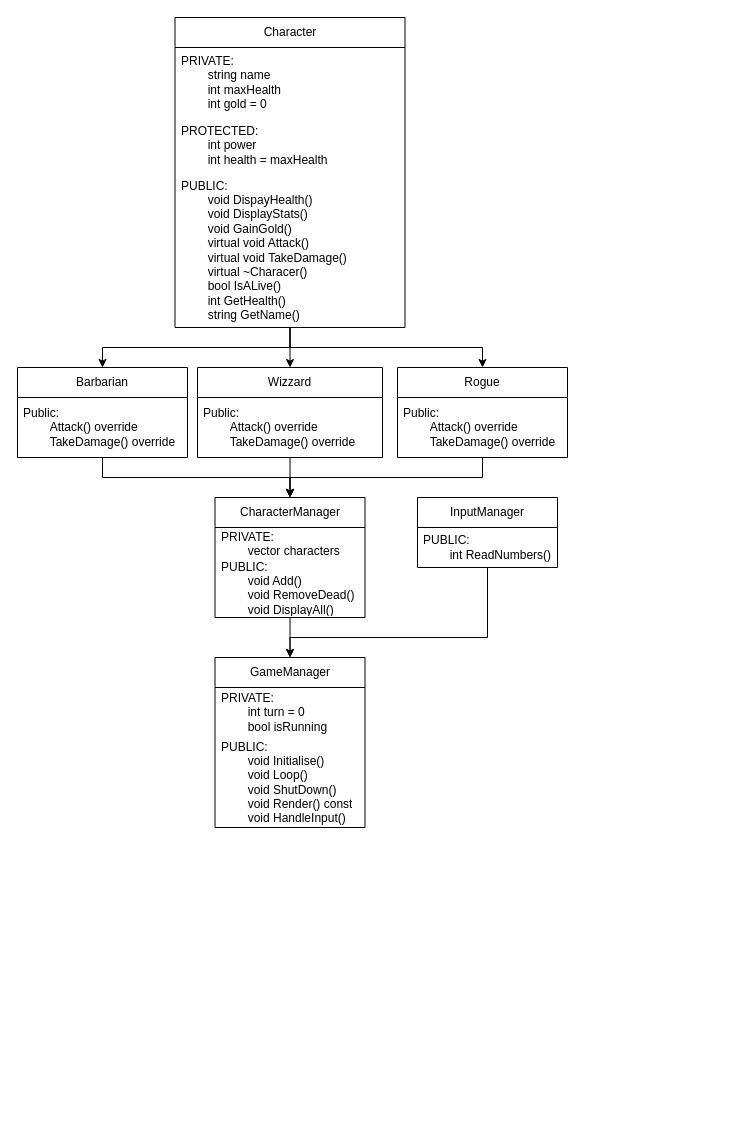
This is RPG Console.drawio from Edouard-Laffont/RPG-Console, a draw.io file, before an edit. Source tidied: cells renumbered, new cells numbered last; positions are measured from the earlier drawing's top-left corner, leaving out a move shared by most shapes. Both pictures are drawn from the tidied source at 100%, with x=0, y=0 at pixel (17, 17).
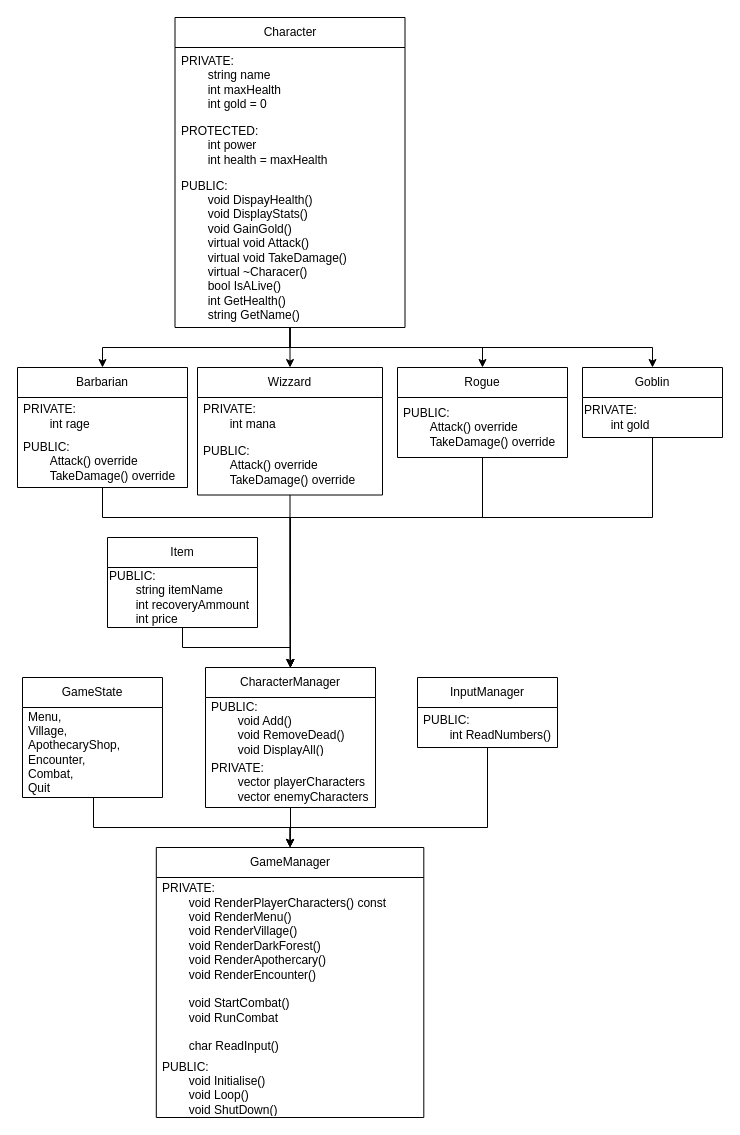
Above is the later version.

Commit message:
Mettre à jour RPG Console.drawio

The change refers to these unchanged cells:
```xml
<mxCell id="5" value="Character" style="swimlane;fontStyle=0;horizontal=1;startSize=30;whiteSpace=wrap;html=1;" parent="1" vertex="1">
  <mxGeometry x="157.5" width="230" height="310" as="geometry" />
</mxCell>
<mxCell id="16" value="Rogue" style="swimlane;fontStyle=0;horizontal=1;startSize=30;whiteSpace=wrap;html=1;" parent="1" vertex="1">
  <mxGeometry x="380" y="350" width="170" height="90" as="geometry" />
</mxCell>
```

Change to the diagram source:
```diff
@@
+    <mxCell id="28" style="edgeStyle=orthogonalEdgeStyle;rounded=0;jettySize=auto;html=1;exitX=0.5;exitY=1;exitDx=0;exitDy=0;defaultLabelBackgroundColor=page;" parent="1" edge="1" source="5" target="35">
+      <mxGeometry relative="1" as="geometry" />
+    </mxCell>
@@
-    <mxCell id="9" style="edgeStyle=orthogonalEdgeStyle;rounded=0;jettySize=auto;html=1;exitX=0.5;exitY=1;exitDx=0;exitDy=0;entryX=0.5;entryY=0;entryDx=0;entryDy=0;defaultLabelBackgroundColor=page;" parent="1" edge="1" source="10" target="19">
-      <mxGeometry relative="1" as="geometry" />
+    <mxCell id="9" style="edgeStyle=orthogonalEdgeStyle;rounded=0;jettySize=auto;html=1;entryX=0.5;entryY=0;entryDx=0;entryDy=0;defaultLabelBackgroundColor=page;" parent="1" edge="1" source="10" target="19">
+      <mxGeometry relative="1" as="geometry">
+        <Array as="points">
+          <mxPoint x="85" y="500" />
+          <mxPoint x="273" y="500" />
+        </Array>
+      </mxGeometry>
     </mxCell>
     <mxCell id="10" value="Barbarian" style="swimlane;fontStyle=0;horizontal=1;startSize=30;whiteSpace=wrap;html=1;" parent="1" vertex="1">
-      <mxGeometry y="350" width="170" height="90" as="geometry" />
+      <mxGeometry y="350" width="170" height="120" as="geometry" />
     </mxCell>
-    <mxCell id="11" value="Public:&lt;div&gt;&lt;span style=&quot;white-space: pre;&quot;&gt;&#9;&lt;/span&gt;&lt;span style=&quot;background-color: transparent; color: light-dark(#000000, var(--ge-light-color, #ffffff));&quot;&gt;Attack() override&lt;/span&gt;&lt;br&gt;&lt;/div&gt;&lt;div&gt;&lt;span style=&quot;background-color: transparent; color: light-dark(#000000, var(--ge-light-color, #ffffff));&quot;&gt;&lt;span style=&quot;white-space: pre;&quot;&gt;&#9;&lt;/span&gt;TakeDamage() override&lt;/span&gt;&lt;/div&gt;&lt;div&gt;&lt;/div&gt;" style="text;strokeColor=none;fillColor=none;align=left;verticalAlign=middle;spacingLeft=4;spacingRight=4;overflow=hidden;whiteSpace=wrap;html=1;" parent="10" vertex="1">
-      <mxGeometry y="30" width="170" height="60" as="geometry" />
+    <mxCell id="11" value="PRIVATE:&lt;div&gt;&lt;span style=&quot;white-space: pre;&quot;&gt;&#9;&lt;/span&gt;int rage&lt;/div&gt;&lt;div&gt;&lt;/div&gt;" style="text;strokeColor=none;fillColor=none;align=left;verticalAlign=middle;spacingLeft=4;spacingRight=4;overflow=hidden;whiteSpace=wrap;html=1;" parent="10" vertex="1">
+      <mxGeometry y="30" width="170" height="37.5" as="geometry" />
     </mxCell>
+    <mxCell id="29" value="PUBLIC:&lt;div&gt;&lt;span style=&quot;white-space: pre;&quot;&gt;&#9;&lt;/span&gt;&lt;span style=&quot;background-color: transparent; color: light-dark(#000000, var(--ge-light-color, #ffffff));&quot;&gt;Attack() override&lt;/span&gt;&lt;br&gt;&lt;/div&gt;&lt;div&gt;&lt;span style=&quot;background-color: transparent; color: light-dark(#000000, var(--ge-light-color, #ffffff));&quot;&gt;&lt;span style=&quot;white-space: pre;&quot;&gt;&#9;&lt;/span&gt;TakeDamage() override&lt;/span&gt;&lt;/div&gt;&lt;div&gt;&lt;/div&gt;" style="text;strokeColor=none;fillColor=none;align=left;verticalAlign=middle;spacingLeft=4;spacingRight=4;overflow=hidden;whiteSpace=wrap;html=1;" parent="10" vertex="1">
+      <mxGeometry y="67.5" width="170" height="52.5" as="geometry" />
+    </mxCell>
@@
     <mxCell id="13" value="Wizzard" style="swimlane;fontStyle=0;horizontal=1;startSize=30;whiteSpace=wrap;html=1;" parent="1" vertex="1">
-      <mxGeometry x="180" y="350" width="185" height="90" as="geometry" />
+      <mxGeometry x="180" y="350" width="185" height="127.5" as="geometry" />
     </mxCell>
+    <mxCell id="30" value="PRIVATE:&lt;div&gt;&lt;span style=&quot;white-space: pre;&quot;&gt;&#9;&lt;/span&gt;int mana&lt;/div&gt;&lt;div&gt;&lt;/div&gt;" style="text;strokeColor=none;fillColor=none;align=left;verticalAlign=middle;spacingLeft=4;spacingRight=4;overflow=hidden;whiteSpace=wrap;html=1;" parent="13" vertex="1">
+      <mxGeometry y="30" width="185" height="37.5" as="geometry" />
+    </mxCell>
-    <mxCell id="14" value="Public:&lt;div&gt;&lt;span style=&quot;white-space: pre;&quot;&gt;&#9;&lt;/span&gt;&lt;span style=&quot;background-color: transparent; color: light-dark(#000000, var(--ge-light-color, #ffffff));&quot;&gt;Attack() override&lt;/span&gt;&lt;br&gt;&lt;/div&gt;&lt;div&gt;&lt;span style=&quot;background-color: transparent; color: light-dark(#000000, var(--ge-light-color, #ffffff));&quot;&gt;&lt;span style=&quot;white-space: pre;&quot;&gt;&#9;&lt;/span&gt;TakeDamage() override&lt;/span&gt;&lt;/div&gt;&lt;div&gt;&lt;/div&gt;" style="text;strokeColor=none;fillColor=none;align=left;verticalAlign=middle;spacingLeft=4;spacingRight=4;overflow=hidden;whiteSpace=wrap;html=1;" parent="13" vertex="1">
-      <mxGeometry y="30" width="185" height="60" as="geometry" />
+    <mxCell id="14" value="PUBLIC&lt;span style=&quot;background-color: transparent; color: light-dark(#000000, var(--ge-light-color, #ffffff));&quot;&gt;:&lt;/span&gt;&lt;div&gt;&lt;div&gt;&lt;span style=&quot;white-space: pre;&quot;&gt;&#9;&lt;/span&gt;&lt;span style=&quot;background-color: transparent; color: light-dark(#000000, var(--ge-light-color, #ffffff));&quot;&gt;Attack() override&lt;/span&gt;&lt;br&gt;&lt;/div&gt;&lt;div&gt;&lt;span style=&quot;background-color: transparent; color: light-dark(#000000, var(--ge-light-color, #ffffff));&quot;&gt;&lt;span style=&quot;white-space: pre;&quot;&gt;&#9;&lt;/span&gt;TakeDamage() override&lt;/span&gt;&lt;/div&gt;&lt;div&gt;&lt;/div&gt;&lt;/div&gt;" style="text;strokeColor=none;fillColor=none;align=left;verticalAlign=middle;spacingLeft=4;spacingRight=4;overflow=hidden;whiteSpace=wrap;html=1;" parent="13" vertex="1">
+      <mxGeometry y="67.5" width="185" height="60" as="geometry" />
     </mxCell>
     <mxCell id="15" style="edgeStyle=orthogonalEdgeStyle;rounded=0;jettySize=auto;html=1;exitX=0.5;exitY=1;exitDx=0;exitDy=0;entryX=0.5;entryY=0;entryDx=0;entryDy=0;defaultLabelBackgroundColor=page;" parent="1" edge="1" source="16" target="19">
-      <mxGeometry relative="1" as="geometry" />
+      <mxGeometry relative="1" as="geometry">
+        <Array as="points">
+          <mxPoint x="465" y="500" />
+          <mxPoint x="273" y="500" />
+        </Array>
+      </mxGeometry>
     </mxCell>
@@
-    <mxCell id="17" value="Public:&lt;div&gt;&lt;span style=&quot;white-space: pre;&quot;&gt;&#9;&lt;/span&gt;&lt;span style=&quot;background-color: transparent; color: light-dark(#000000, var(--ge-light-color, #ffffff));&quot;&gt;Attack() override&lt;/span&gt;&lt;br&gt;&lt;/div&gt;&lt;div&gt;&lt;span style=&quot;background-color: transparent; color: light-dark(#000000, var(--ge-light-color, #ffffff));&quot;&gt;&lt;span style=&quot;white-space: pre;&quot;&gt;&#9;&lt;/span&gt;TakeDamage() override&lt;/span&gt;&lt;/div&gt;&lt;div&gt;&lt;/div&gt;" style="text;strokeColor=none;fillColor=none;align=left;verticalAlign=middle;spacingLeft=4;spacingRight=4;overflow=hidden;whiteSpace=wrap;html=1;" parent="16" vertex="1">
+    <mxCell id="17" value="PUBLIC:&lt;div&gt;&lt;span style=&quot;white-space: pre;&quot;&gt;&#9;&lt;/span&gt;&lt;span style=&quot;background-color: transparent; color: light-dark(#000000, var(--ge-light-color, #ffffff));&quot;&gt;Attack() override&lt;/span&gt;&lt;br&gt;&lt;/div&gt;&lt;div&gt;&lt;span style=&quot;background-color: transparent; color: light-dark(#000000, var(--ge-light-color, #ffffff));&quot;&gt;&lt;span style=&quot;white-space: pre;&quot;&gt;&#9;&lt;/span&gt;TakeDamage() override&lt;/span&gt;&lt;/div&gt;&lt;div&gt;&lt;/div&gt;" style="text;strokeColor=none;fillColor=none;align=left;verticalAlign=middle;spacingLeft=4;spacingRight=4;overflow=hidden;whiteSpace=wrap;html=1;" parent="16" vertex="1">
       <mxGeometry y="30" width="170" height="60" as="geometry" />
     </mxCell>
@@
     <mxCell id="19" value="CharacterManager" style="swimlane;fontStyle=0;horizontal=1;startSize=30;whiteSpace=wrap;html=1;" parent="1" vertex="1">
-      <mxGeometry x="197.5" y="480" width="150" height="120" as="geometry" />
+      <mxGeometry x="188" y="650" width="170" height="140" as="geometry" />
     </mxCell>
+    <mxCell id="21" value="PUBLIC:&lt;div&gt;&lt;span style=&quot;white-space: pre;&quot;&gt;&#9;&lt;/span&gt;void Add()&lt;/div&gt;&lt;div&gt;&lt;span style=&quot;white-space: pre;&quot;&gt;&#9;&lt;/span&gt;void RemoveDead()&lt;/div&gt;&lt;div&gt;&lt;span style=&quot;white-space: pre;&quot;&gt;&#9;&lt;/span&gt;void DisplayAll()&lt;/div&gt;" style="text;strokeColor=none;fillColor=none;align=left;verticalAlign=middle;spacingLeft=4;spacingRight=4;overflow=hidden;whiteSpace=wrap;html=1;" parent="19" vertex="1">
+      <mxGeometry y="30" width="170" height="60" as="geometry" />
+    </mxCell>
-    <mxCell id="20" value="PRIVATE:&lt;div&gt;&lt;span style=&quot;white-space: pre;&quot;&gt;&#9;&lt;/span&gt;vector characters&lt;br&gt;&lt;/div&gt;" style="text;strokeColor=none;fillColor=none;align=left;verticalAlign=middle;spacingLeft=4;spacingRight=4;overflow=hidden;whiteSpace=wrap;html=1;" parent="19" vertex="1">
-      <mxGeometry y="30" width="150" height="30" as="geometry" />
+    <mxCell id="20" value="PRIVATE:&lt;div&gt;&lt;span style=&quot;white-space: pre;&quot;&gt;&#9;&lt;/span&gt;vector playerCharacters&lt;/div&gt;&lt;div&gt;&lt;span style=&quot;white-space: pre;&quot;&gt;&#9;&lt;/span&gt;vector enemyCharacters&lt;/div&gt;" style="text;strokeColor=none;fillColor=none;align=left;verticalAlign=middle;spacingLeft=4;spacingRight=4;overflow=hidden;whiteSpace=wrap;html=1;" parent="19" vertex="1">
+      <mxGeometry y="90" width="170" height="50" as="geometry" />
     </mxCell>
-    <mxCell id="21" value="PUBLIC:&lt;div&gt;&lt;span style=&quot;white-space: pre;&quot;&gt;&#9;&lt;/span&gt;void Add()&lt;/div&gt;&lt;div&gt;&lt;span style=&quot;white-space: pre;&quot;&gt;&#9;&lt;/span&gt;void RemoveDead()&lt;/div&gt;&lt;div&gt;&lt;span style=&quot;white-space: pre;&quot;&gt;&#9;&lt;/span&gt;void DisplayAll()&lt;/div&gt;" style="text;strokeColor=none;fillColor=none;align=left;verticalAlign=middle;spacingLeft=4;spacingRight=4;overflow=hidden;whiteSpace=wrap;html=1;" parent="19" vertex="1">
-      <mxGeometry y="60" width="150" height="60" as="geometry" />
-    </mxCell>
     <mxCell id="22" value="GameManager" style="swimlane;fontStyle=0;horizontal=1;startSize=30;whiteSpace=wrap;html=1;" parent="1" vertex="1">
-      <mxGeometry x="197.5" y="640" width="150" height="170" as="geometry" />
+      <mxGeometry x="138.8" y="830" width="267.5" height="270" as="geometry" />
     </mxCell>
-    <mxCell id="23" value="PRIVATE:&lt;div&gt;&lt;span style=&quot;white-space: pre;&quot;&gt;&#9;&lt;/span&gt;int turn = 0&lt;br&gt;&lt;/div&gt;&lt;div&gt;&lt;span style=&quot;white-space: pre;&quot;&gt;&#9;&lt;/span&gt;bool isRunning&lt;/div&gt;" style="text;strokeColor=none;fillColor=none;align=left;verticalAlign=middle;spacingLeft=4;spacingRight=4;overflow=hidden;whiteSpace=wrap;html=1;" parent="22" vertex="1">
-      <mxGeometry y="30" width="150" height="50" as="geometry" />
+    <mxCell id="23" value="PRIVATE:&lt;div&gt;&lt;span style=&quot;white-space: pre;&quot;&gt;&#9;&lt;/span&gt;&lt;span style=&quot;background-color: transparent; color: light-dark(#000000, var(--ge-light-color, #ffffff));&quot;&gt;void RenderPlayerCharacters() const&lt;/span&gt;&lt;br&gt;&lt;/div&gt;&lt;div&gt;&lt;span style=&quot;white-space: pre;&quot;&gt;&#9;&lt;/span&gt;void RenderMenu()&lt;span style=&quot;background-color: transparent; color: light-dark(#000000, var(--ge-light-color, #ffffff));&quot;&gt;&lt;/span&gt;&lt;/div&gt;&lt;div&gt;&lt;span style=&quot;white-space: pre;&quot;&gt;&#9;&lt;/span&gt;void RenderVillage()&lt;br&gt;&lt;/div&gt;&lt;div&gt;&lt;span style=&quot;white-space: pre;&quot;&gt;&#9;&lt;/span&gt;void RenderDarkForest()&lt;br&gt;&lt;/div&gt;&lt;div&gt;&lt;span style=&quot;white-space: pre;&quot;&gt;&#9;&lt;/span&gt;void RenderApothercary()&lt;/div&gt;&lt;div&gt;&lt;span style=&quot;white-space: pre;&quot;&gt;&#9;&lt;/span&gt;void RenderEncounter()&lt;/div&gt;&lt;div&gt;&lt;br&gt;&lt;/div&gt;&lt;div&gt;&lt;span style=&quot;white-space: pre;&quot;&gt;&#9;&lt;/span&gt;void StartCombat()&lt;/div&gt;&lt;div&gt;&lt;span style=&quot;white-space: pre;&quot;&gt;&#9;&lt;/span&gt;void RunCombat&lt;/div&gt;&lt;div&gt;&lt;br&gt;&lt;/div&gt;&lt;div&gt;&lt;span style=&quot;white-space: pre;&quot;&gt;&#9;&lt;/span&gt;char ReadInput()&lt;/div&gt;" style="text;strokeColor=none;fillColor=none;align=left;verticalAlign=middle;spacingLeft=4;spacingRight=4;overflow=hidden;whiteSpace=wrap;html=1;" parent="22" vertex="1">
+      <mxGeometry y="30" width="267.5" height="180" as="geometry" />
     </mxCell>
-    <mxCell id="24" value="PUBLIC:&lt;div&gt;&lt;span style=&quot;white-space: pre;&quot;&gt;&#9;&lt;/span&gt;void Initialise()&lt;br&gt;&lt;/div&gt;&lt;div&gt;&lt;span style=&quot;white-space: pre;&quot;&gt;&#9;&lt;/span&gt;void Loop()&lt;br&gt;&lt;/div&gt;&lt;div&gt;&lt;span style=&quot;white-space: pre;&quot;&gt;&#9;&lt;/span&gt;void ShutDown()&lt;br&gt;&lt;/div&gt;&lt;div&gt;&lt;span style=&quot;white-space: pre;&quot;&gt;&#9;&lt;/span&gt;void Render() const&lt;br&gt;&lt;/div&gt;&lt;div&gt;&lt;span style=&quot;white-space: pre;&quot;&gt;&#9;&lt;/span&gt;void HandleInput()&lt;br&gt;&lt;/div&gt;" style="text;strokeColor=none;fillColor=none;align=left;verticalAlign=middle;spacingLeft=4;spacingRight=4;overflow=hidden;whiteSpace=wrap;html=1;" parent="22" vertex="1">
-      <mxGeometry y="80" width="150" height="90" as="geometry" />
+    <mxCell id="24" value="PUBLIC:&lt;div&gt;&lt;span style=&quot;white-space: pre;&quot;&gt;&#9;&lt;/span&gt;void Initialise()&lt;br&gt;&lt;/div&gt;&lt;div&gt;&lt;span style=&quot;white-space: pre;&quot;&gt;&#9;&lt;/span&gt;void Loop()&lt;br&gt;&lt;/div&gt;&lt;div&gt;&lt;span style=&quot;white-space: pre;&quot;&gt;&#9;&lt;/span&gt;void ShutDown()&lt;/div&gt;" style="text;strokeColor=none;fillColor=none;align=left;verticalAlign=middle;spacingLeft=4;spacingRight=4;overflow=hidden;whiteSpace=wrap;html=1;" parent="22" vertex="1">
+      <mxGeometry y="210" width="267.5" height="60" as="geometry" />
     </mxCell>
     <mxCell id="25" style="edgeStyle=orthogonalEdgeStyle;rounded=0;jettySize=auto;html=1;defaultLabelBackgroundColor=page;" parent="1" edge="1" source="26" target="22">
       <mxGeometry relative="1" as="geometry">
         <Array as="points">
-          <mxPoint x="470" y="620" />
-          <mxPoint x="272.5" y="620" />
+          <mxPoint x="470" y="810" />
+          <mxPoint x="272.5" y="810" />
         </Array>
       </mxGeometry>
     </mxCell>
     <mxCell id="26" value="InputManager" style="swimlane;fontStyle=0;horizontal=1;startSize=30;whiteSpace=wrap;html=1;" parent="1" vertex="1">
-      <mxGeometry x="400" y="480" width="140" height="70" as="geometry" />
+      <mxGeometry x="400" y="660" width="140" height="70" as="geometry" />
     </mxCell>
@@
+    <mxCell id="31" style="edgeStyle=orthogonalEdgeStyle;rounded=0;jettySize=auto;html=1;entryX=0.5;entryY=0;entryDx=0;entryDy=0;defaultLabelBackgroundColor=page;" parent="1" edge="1" source="32" target="22">
+      <mxGeometry relative="1" as="geometry">
+        <Array as="points">
+          <mxPoint x="76" y="810" />
+          <mxPoint x="272.5" y="810" />
+        </Array>
+      </mxGeometry>
+    </mxCell>
+    <mxCell id="32" value="GameState" style="swimlane;fontStyle=0;horizontal=1;startSize=30;whiteSpace=wrap;html=1;" parent="1" vertex="1">
+      <mxGeometry x="5" y="660" width="140" height="120" as="geometry" />
+    </mxCell>
+    <mxCell id="33" value="Menu,&lt;div&gt;Village,&lt;/div&gt;&lt;div&gt;ApothecaryShop,&lt;/div&gt;&lt;div&gt;Encounter,&lt;/div&gt;&lt;div&gt;Combat,&lt;/div&gt;&lt;div&gt;Quit&lt;/div&gt;" style="text;strokeColor=none;fillColor=none;align=left;verticalAlign=middle;spacingLeft=4;spacingRight=4;overflow=hidden;whiteSpace=wrap;html=1;" parent="32" vertex="1">
+      <mxGeometry y="30" width="140" height="90" as="geometry" />
+    </mxCell>
+    <mxCell id="34" style="edgeStyle=orthogonalEdgeStyle;rounded=0;jettySize=auto;html=1;exitX=0.5;exitY=1;exitDx=0;exitDy=0;defaultLabelBackgroundColor=page;" parent="1" edge="1" source="35" target="19">
+      <mxGeometry relative="1" as="geometry">
+        <Array as="points">
+          <mxPoint x="635" y="500" />
+          <mxPoint x="272.5" y="500" />
+        </Array>
+      </mxGeometry>
+    </mxCell>
+    <mxCell id="35" value="Goblin" style="swimlane;fontStyle=0;horizontal=1;startSize=30;whiteSpace=wrap;html=1;" parent="1" vertex="1">
+      <mxGeometry x="565" y="350" width="140" height="70" as="geometry" />
+    </mxCell>
+    <mxCell id="36" value="PRIVATE:&lt;div&gt;&lt;span style=&quot;white-space: pre;&quot;&gt;&#9;&lt;/span&gt;int gold&lt;br&gt;&lt;/div&gt;" style="text;html=1;whiteSpace=wrap;strokeColor=none;fillColor=none;align=left;verticalAlign=middle;rounded=0;" parent="35" vertex="1">
+      <mxGeometry y="30" width="140" height="40" as="geometry" />
+    </mxCell>
+    <mxCell id="37" style="edgeStyle=orthogonalEdgeStyle;rounded=0;jettySize=auto;html=1;exitX=0.5;exitY=1;exitDx=0;exitDy=0;entryX=0.5;entryY=0;entryDx=0;entryDy=0;defaultLabelBackgroundColor=page;" parent="1" edge="1" source="38" target="19">
+      <mxGeometry x="0.14" relative="1" as="geometry">
+        <Array as="points">
+          <mxPoint x="165" y="630" />
+          <mxPoint x="273" y="630" />
+        </Array>
+      </mxGeometry>
+    </mxCell>
+    <mxCell id="38" value="Item" style="swimlane;fontStyle=0;horizontal=1;startSize=30;whiteSpace=wrap;html=1;" parent="1" vertex="1">
+      <mxGeometry x="90" y="520" width="150" height="90" as="geometry" />
+    </mxCell>
+    <mxCell id="39" value="PUBLIC:&lt;div&gt;&lt;span style=&quot;white-space: pre;&quot;&gt;&#9;&lt;/span&gt;string itemName&lt;br&gt;&lt;/div&gt;&lt;div&gt;&lt;span style=&quot;white-space: pre;&quot;&gt;&#9;&lt;/span&gt;int recoveryAmmount&lt;br&gt;&lt;/div&gt;&lt;div&gt;&lt;span style=&quot;white-space: pre;&quot;&gt;&#9;&lt;/span&gt;int price&lt;br&gt;&lt;/div&gt;" style="text;html=1;whiteSpace=wrap;strokeColor=none;fillColor=none;align=left;verticalAlign=middle;rounded=0;" parent="38" vertex="1">
+      <mxGeometry y="30" width="150" height="60" as="geometry" />
+    </mxCell>
```
